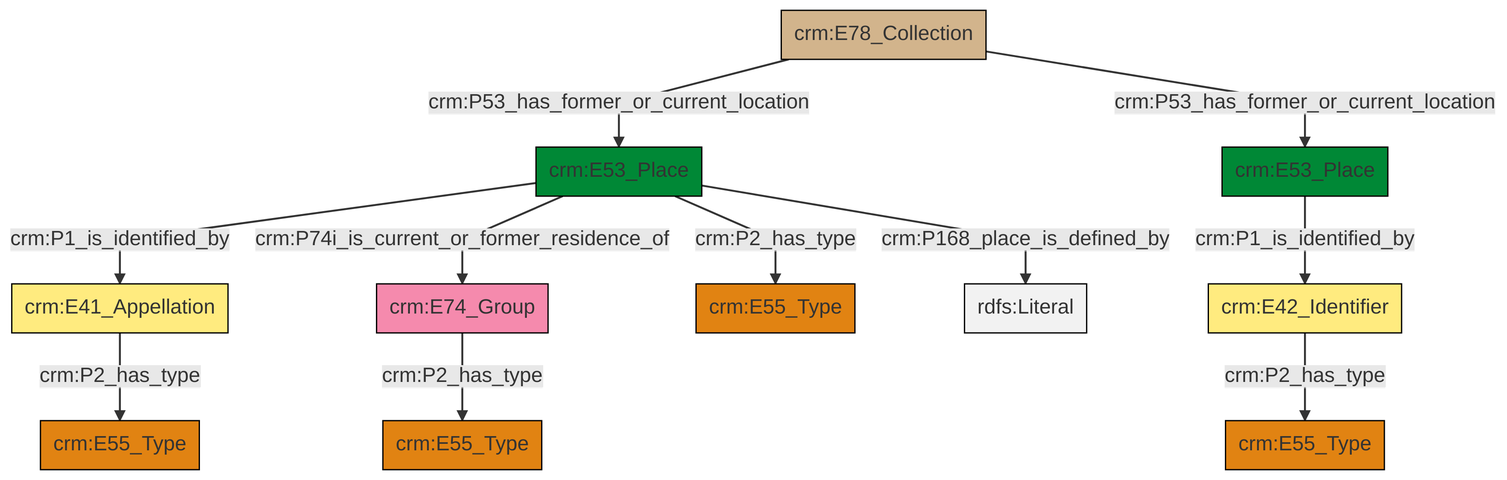
swiss-art-research-net/docs.swissartresearch keeps this Mermaid diagram as et/archivalCSV/ttl/mmd/png/archival_location.png. Above is the earlier version. Its source is kept beside it as et/archivalCSV/ttl/mmd/archival_location.ttl.mmd.
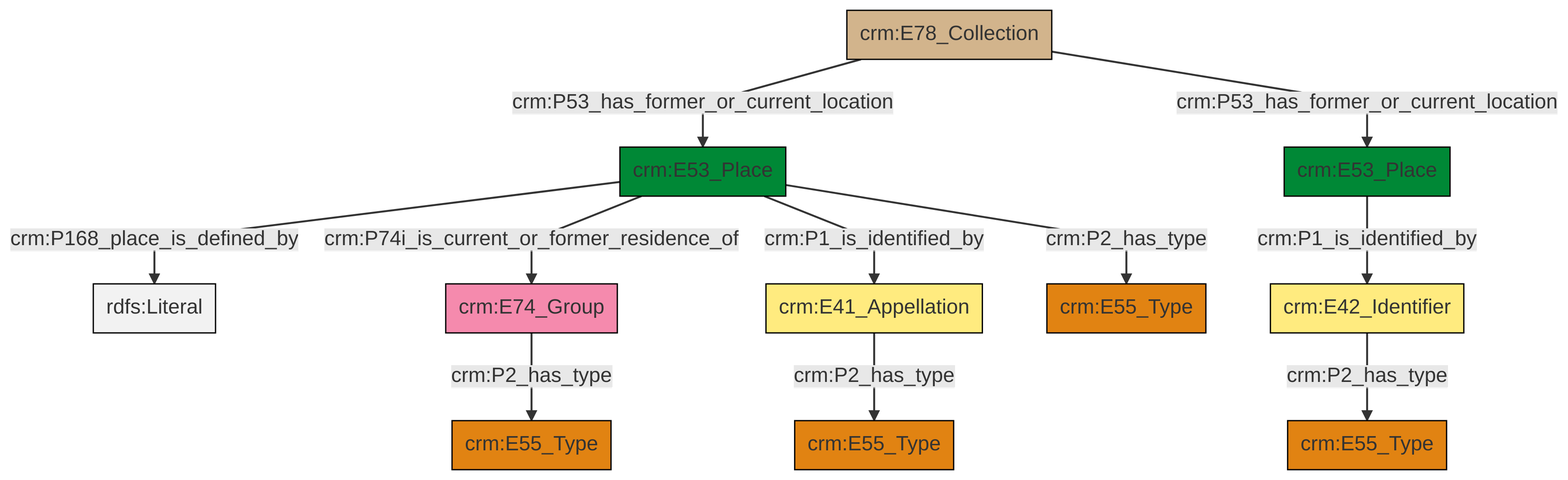
Above is the later version.

The edit, as a diff of the source:
```diff
@@ -13,13 +13,13 @@
 classDef PC_Classes fill:#4ce600, stroke:#000000;
 classDef Multi fill:#cccccc,stroke:#000000;
 
-0["crm:E53_Place"]:::Place -->|crm:P1_is_identified_by| 1["crm:E41_Appellation"]:::Appellation
-2["crm:E53_Place"]:::Place -->|crm:P1_is_identified_by| 3["crm:E42_Identifier"]:::Appellation
-0["crm:E53_Place"]:::Place -->|crm:P74i_is_current_or_former_residence_of| 9["crm:E74_Group"]:::Actor
-0["crm:E53_Place"]:::Place -->|crm:P2_has_type| 11["crm:E55_Type"]:::Type
-12["crm:E78_Collection"]:::Physical_Thing -->|crm:P53_has_former_or_current_location| 0["crm:E53_Place"]:::Place
-1["crm:E41_Appellation"]:::Appellation -->|crm:P2_has_type| 4["crm:E55_Type"]:::Type
-0["crm:E53_Place"]:::Place -->|crm:P168_place_is_defined_by| 14[rdfs:Literal]:::Literal
-9["crm:E74_Group"]:::Actor -->|crm:P2_has_type| 6["crm:E55_Type"]:::Type
-3["crm:E42_Identifier"]:::Appellation -->|crm:P2_has_type| 17["crm:E55_Type"]:::Type
-12["crm:E78_Collection"]:::Physical_Thing -->|crm:P53_has_former_or_current_location| 2["crm:E53_Place"]:::Place
+0["crm:E53_Place"]:::Place -->|crm:P168_place_is_defined_by| 1[rdfs:Literal]:::Literal
+2["crm:E41_Appellation"]:::Appellation -->|crm:P2_has_type| 3["crm:E55_Type"]:::Type
+5["crm:E74_Group"]:::Actor -->|crm:P2_has_type| 6["crm:E55_Type"]:::Type
+0["crm:E53_Place"]:::Place -->|crm:P74i_is_current_or_former_residence_of| 5["crm:E74_Group"]:::Actor
+9["crm:E42_Identifier"]:::Appellation -->|crm:P2_has_type| 13["crm:E55_Type"]:::Type
+14["crm:E53_Place"]:::Place -->|crm:P1_is_identified_by| 9["crm:E42_Identifier"]:::Appellation
+17["crm:E78_Collection"]:::Physical_Thing -->|crm:P53_has_former_or_current_location| 0["crm:E53_Place"]:::Place
+0["crm:E53_Place"]:::Place -->|crm:P1_is_identified_by| 2["crm:E41_Appellation"]:::Appellation
+17["crm:E78_Collection"]:::Physical_Thing -->|crm:P53_has_former_or_current_location| 14["crm:E53_Place"]:::Place
+0["crm:E53_Place"]:::Place -->|crm:P2_has_type| 7["crm:E55_Type"]:::Type
```
